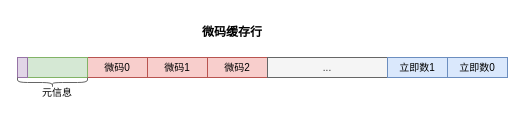
jensen-yan/yanyue_essay keeps this draw.io diagram as image/ucache_line.drawio. Above is the earlier version. Source tidied: cells renumbered, new cells numbered last; positions are measured from the earlier drawing's top-left corner, leaving out a move shared by most shapes. Both pictures are drawn from the tidied source at 100%, with x=0, y=0 at pixel (17, 17).
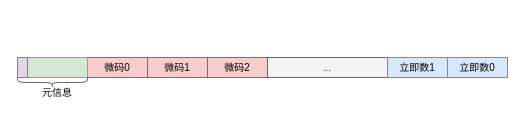
Above is the later version.

What changed in the source:
```diff
@@
 <mxGraphModel>
   <root>
     <mxCell id="0" />
     <mxCell id="1" parent="0" />
-    <mxCell id="2" value="&lt;b style=&quot;border-color: var(--border-color);&quot;&gt;微码缓存行&lt;/b&gt;" style="text;html=1;strokeColor=none;fillColor=none;align=center;verticalAlign=middle;whiteSpace=wrap;rounded=0;fontFamily=mono;" parent="1" vertex="1">
-      <mxGeometry x="160" width="110" height="30" as="geometry" />
-    </mxCell>
     <mxCell id="3" value="&lt;font style=&quot;font-size: 10px;&quot; face=&quot;Helvetica&quot;&gt;微码0&lt;/font&gt;" style="rounded=0;whiteSpace=wrap;html=1;fontFamily=mono;fillColor=#f8cecc;strokeColor=#b85450;gradientColor=none;gradientDirection=west;" parent="1" vertex="1">
       <mxGeometry x="70" y="40" width="60" height="20" as="geometry" />
     </mxCell>
     <mxCell id="4" value="&lt;font face=&quot;Helvetica&quot;&gt;&lt;span style=&quot;font-size: 10px;&quot;&gt;微码1&lt;/span&gt;&lt;/font&gt;" style="rounded=0;whiteSpace=wrap;html=1;fontFamily=mono;fillColor=#f8cecc;strokeColor=#b85450;gradientColor=none;gradientDirection=west;" parent="1" vertex="1">
       <mxGeometry x="130" y="40" width="60" height="20" as="geometry" />
     </mxCell>
     <mxCell id="5" value="&lt;font style=&quot;font-size: 10px;&quot; face=&quot;Helvetica&quot;&gt;微码2&lt;/font&gt;" style="rounded=0;whiteSpace=wrap;html=1;fontFamily=mono;fillColor=#f8cecc;strokeColor=#b85450;gradientColor=none;gradientDirection=west;" parent="1" vertex="1">
       <mxGeometry x="190" y="40" width="60" height="20" as="geometry" />
     </mxCell>
     <mxCell id="6" value="&lt;font face=&quot;Helvetica&quot;&gt;&lt;span style=&quot;font-size: 10px;&quot;&gt;...&lt;/span&gt;&lt;/font&gt;" style="rounded=0;whiteSpace=wrap;html=1;fontFamily=mono;fillColor=#f5f5f5;strokeColor=#666666;gradientDirection=west;fontColor=#333333;" parent="1" vertex="1">
       <mxGeometry x="250" y="40" width="120" height="20" as="geometry" />
     </mxCell>
     <mxCell id="7" value="&lt;font style=&quot;font-size: 10px;&quot; face=&quot;Helvetica&quot;&gt;立即数1&lt;/font&gt;" style="rounded=0;whiteSpace=wrap;html=1;fontFamily=mono;fillColor=#dae8fc;strokeColor=#6c8ebf;gradientDirection=west;" parent="1" vertex="1">
       <mxGeometry x="370" y="40" width="60" height="20" as="geometry" />
     </mxCell>
     <mxCell id="8" value="&lt;font style=&quot;font-size: 10px;&quot; face=&quot;Helvetica&quot;&gt;立即数0&lt;/font&gt;" style="rounded=0;whiteSpace=wrap;html=1;fontFamily=mono;fillColor=#dae8fc;strokeColor=#6c8ebf;gradientDirection=west;" parent="1" vertex="1">
       <mxGeometry x="430" y="40" width="60" height="20" as="geometry" />
     </mxCell>
     <mxCell id="9" style="rounded=0;whiteSpace=wrap;html=1;fontFamily=mono;fillColor=#d5e8d4;strokeColor=#82b366;gradientDirection=west;" parent="1" vertex="1">
       <mxGeometry x="10" y="40" width="60" height="20" as="geometry" />
     </mxCell>
     <mxCell id="10" style="rounded=0;whiteSpace=wrap;html=1;fontFamily=mono;fillColor=#e1d5e7;strokeColor=#9673a6;gradientDirection=west;" parent="1" vertex="1">
       <mxGeometry y="40" width="10" height="20" as="geometry" />
     </mxCell>
     <mxCell id="11" style="shape=curlyBracket;whiteSpace=wrap;html=1;rounded=1;labelPosition=left;verticalLabelPosition=middle;align=right;verticalAlign=middle;fillColor=#f5f5f5;fontColor=#333333;strokeColor=#666666;direction=north;" parent="1" vertex="1">
       <mxGeometry y="60" width="70" height="10" as="geometry" />
     </mxCell>
     <mxCell id="12" value="&lt;font style=&quot;font-size: 10px;&quot;&gt;元信息&lt;/font&gt;" style="text;html=1;strokeColor=none;fillColor=none;align=center;verticalAlign=middle;whiteSpace=wrap;rounded=0;" parent="1" vertex="1">
       <mxGeometry x="10" y="60" width="60" height="30" as="geometry" />
     </mxCell>
   </root>
 </mxGraphModel>
```
